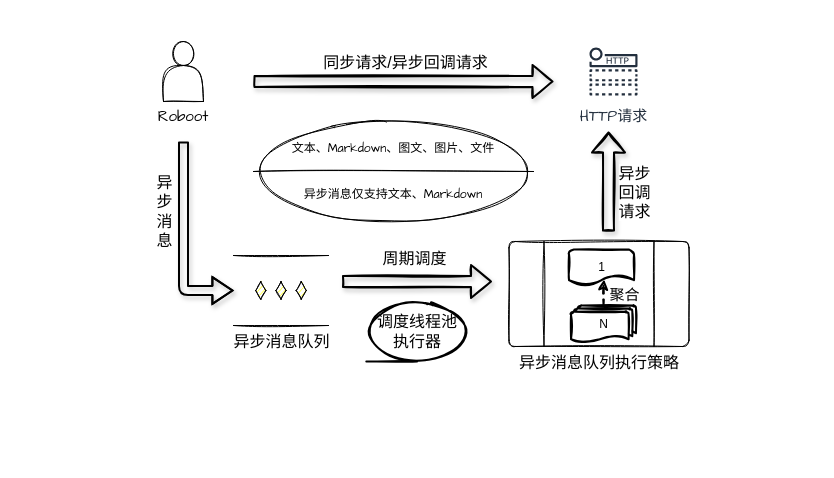
Earlier version of the draw.io diagram qy_weixin_robot.drawio (WesleyOne/qy-weixin-robot-spring-boot-starter). Source tidied: cells renumbered, new cells numbered last; positions are measured from the earlier drawing's top-left corner, leaving out a move shared by most shapes. Both pictures are drawn from the tidied source at 100%, with x=0, y=0 at pixel (163, 41).
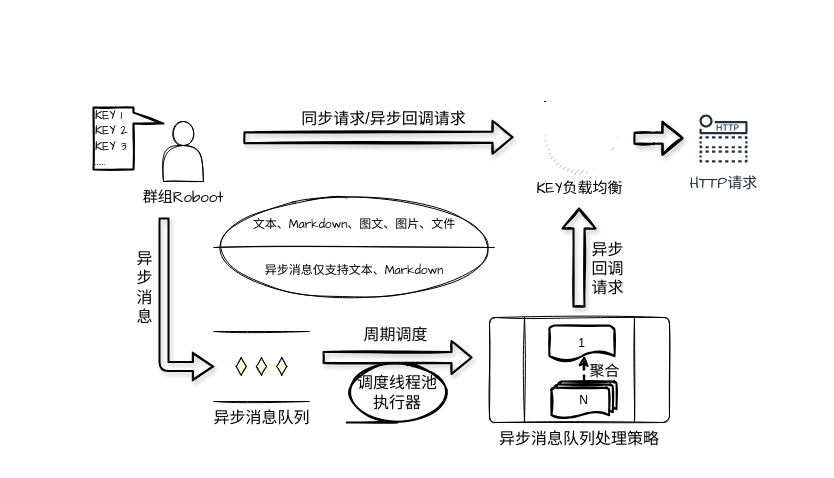
Above is the later version.

Change to the diagram source:
```diff
@@
-    <mxCell id="2" value="&lt;font style=&quot;font-size: 15px&quot; face=&quot;Comic Sans MS&quot;&gt;&lt;br&gt;&lt;br&gt;&lt;br&gt;&lt;br&gt;&lt;br&gt;Roboot&lt;/font&gt;" style="shape=actor;whiteSpace=wrap;html=1;sketch=1;" parent="1" vertex="1">
-      <mxGeometry width="40" height="60" as="geometry" />
-    </mxCell>
+    <mxCell id="21" style="rounded=1;whiteSpace=wrap;html=1;sketch=1;fillColor=none;strokeColor=none;" parent="1" vertex="1">
+      <mxGeometry x="-146" y="20" width="800" height="400" as="geometry" />
+    </mxCell>
     <mxCell id="3" value="&lt;font style=&quot;font-size: 16px&quot;&gt;异步消息队列&lt;/font&gt;" style="verticalLabelPosition=bottom;verticalAlign=top;html=1;shape=mxgraph.flowchart.parallel_mode;sketch=1;" parent="1" vertex="1">
-      <mxGeometry x="70" y="214" width="95" height="70" as="geometry" />
+      <mxGeometry x="50.5" y="290" width="95" height="70" as="geometry" />
     </mxCell>
     <mxCell id="4" value="&lt;font style=&quot;font-size: 15px&quot; face=&quot;Comic Sans MS&quot;&gt;HTTP请求&lt;/font&gt;" style="fontColor=#232F3E;gradientColor=none;strokeColor=#232F3E;fillColor=#ffffff;dashed=0;verticalLabelPosition=bottom;verticalAlign=top;align=center;html=1;fontSize=12;fontStyle=0;shape=mxgraph.aws4.resourceIcon;resIcon=mxgraph.aws4.http_notification;sketch=0;" parent="1" vertex="1">
-      <mxGeometry x="420" width="60" height="60" as="geometry" />
+      <mxGeometry x="530" y="67" width="60" height="60" as="geometry" />
     </mxCell>
     <mxCell id="5" value="&lt;font style=&quot;font-size: 16px&quot;&gt;调度线程池&lt;br&gt;执行器&lt;/font&gt;" style="strokeWidth=2;html=1;shape=mxgraph.flowchart.sequential_data;whiteSpace=wrap;flipH=1;sketch=1;" parent="1" vertex="1">
-      <mxGeometry x="202.8" y="260" width="101.5" height="60" as="geometry" />
+      <mxGeometry x="183.2" y="321" width="101.5" height="60" as="geometry" />
     </mxCell>
     <mxCell id="6" style="shape=flexArrow;endArrow=classic;html=1;strokeWidth=2;sketch=1;shadow=1;" parent="1" edge="1">
       <mxGeometry relative="1" as="geometry">
-        <mxPoint x="178.5" y="240" as="sourcePoint" />
-        <mxPoint x="328.5" y="240" as="targetPoint" />
+        <mxPoint x="159" y="316" as="sourcePoint" />
+        <mxPoint x="309" y="316" as="targetPoint" />
       </mxGeometry>
     </mxCell>
@@
     <mxCell id="8" style="shape=flexArrow;endArrow=classic;html=1;strokeWidth=2;sketch=1;shadow=1;" parent="1" edge="1">
       <mxGeometry relative="1" as="geometry">
-        <mxPoint x="90" y="40" as="sourcePoint" />
-        <mxPoint x="390" y="40" as="targetPoint" />
+        <mxPoint x="80" y="96.2" as="sourcePoint" />
+        <mxPoint x="350" y="95.7" as="targetPoint" />
       </mxGeometry>
     </mxCell>
@@
     <mxCell id="10" style="shape=flexArrow;endArrow=classic;html=1;strokeWidth=2;endWidth=15.833333333333334;endSize=6.036666666666666;width=8;entryX=0;entryY=0.5;entryDx=0;entryDy=0;entryPerimeter=0;shadow=1;" parent="1" edge="1" target="3">
       <mxGeometry relative="1" as="geometry">
-        <mxPoint x="20" y="100" as="sourcePoint" />
+        <mxPoint x="0.5" y="176" as="sourcePoint" />
         <Array as="points">
-          <mxPoint x="20" y="249" />
+          <mxPoint x="0.5" y="325" />
         </Array>
       </mxGeometry>
     </mxCell>
@@
     <mxCell id="12" style="shape=flexArrow;endArrow=classic;html=1;strokeWidth=2;shadow=1;sketch=1;" parent="1" edge="1">
       <mxGeometry relative="1" as="geometry">
-        <mxPoint x="445" y="190" as="sourcePoint" />
-        <mxPoint x="445" y="90" as="targetPoint" />
+        <mxPoint x="415.5" y="266" as="sourcePoint" />
+        <mxPoint x="415.5" y="166" as="targetPoint" />
       </mxGeometry>
     </mxCell>
     <mxCell id="13" value="&lt;span style=&quot;font-size: 16px&quot;&gt;异步&lt;br&gt;回调&lt;br&gt;请求&lt;br&gt;&lt;/span&gt;" style="edgeLabel;html=1;align=center;verticalAlign=middle;" parent="12" vertex="1">
       <mxGeometry relative="1" as="geometry">
-        <mxPoint x="25" y="10" as="offset" />
+        <mxPoint x="27.5" y="10" as="offset" />
       </mxGeometry>
     </mxCell>
     <mxCell id="14" style="group;" parent="1" vertex="1">
-      <mxGeometry x="345.5" y="200" width="180" height="105" as="geometry" />
+      <mxGeometry x="326" y="276" width="180" height="105" as="geometry" />
     </mxCell>
-    <mxCell id="15" value="&lt;span style=&quot;font-size: 16px&quot;&gt;异步消息队列&lt;/span&gt;&lt;span style=&quot;font-size: 16px&quot;&gt;执行策略&lt;/span&gt;" style="verticalLabelPosition=bottom;verticalAlign=top;html=1;shape=process;whiteSpace=wrap;rounded=1;size=0.19166666666666668;arcSize=6;sketch=1;shadow=0;glass=0;" parent="14" vertex="1">
+    <mxCell id="15" value="&lt;span style=&quot;font-size: 16px&quot;&gt;异步消息队列处理&lt;/span&gt;&lt;span style=&quot;font-size: 16px&quot;&gt;策略&lt;/span&gt;" style="verticalLabelPosition=bottom;verticalAlign=top;html=1;shape=process;whiteSpace=wrap;rounded=1;size=0.19166666666666668;arcSize=6;sketch=1;shadow=0;glass=0;" parent="14" vertex="1">
       <mxGeometry width="180" height="105" as="geometry" />
     </mxCell>
@@
     <mxCell id="20" value="&lt;font face=&quot;Comic Sans MS&quot;&gt;文本、Markdown、图文、图片、文件&lt;br&gt;&lt;br&gt;&lt;br&gt;异步消息仅支持文本、Markdown&lt;/font&gt;" style="shape=lineEllipse;perimeter=ellipsePerimeter;whiteSpace=wrap;html=1;backgroundOutline=1;rounded=1;shadow=0;glass=0;sketch=1;" parent="1" vertex="1">
-      <mxGeometry x="90" y="80" width="280" height="100" as="geometry" />
+      <mxGeometry x="50.5" y="156" width="280" height="100" as="geometry" />
     </mxCell>
+    <mxCell id="22" value="&lt;font style=&quot;font-size: 15px&quot; face=&quot;Comic Sans MS&quot;&gt;KEY负载均衡&lt;/font&gt;" style="dashed=0;verticalLabelPosition=bottom;verticalAlign=top;align=center;html=1;shape=mxgraph.aws3.classic_load_balancer;gradientColor=none;sketch=1;fillColor=none;" parent="1" vertex="1">
+      <mxGeometry x="381.5" y="60" width="69" height="72" as="geometry" />
+    </mxCell>
+    <mxCell id="23" style="group;" parent="1" vertex="1">
+      <mxGeometry x="-30" y="80" width="100" height="86" as="geometry" />
+    </mxCell>
+    <mxCell id="2" style="shape=actor;whiteSpace=wrap;html=1;sketch=1;" parent="23" vertex="1">
+      <mxGeometry x="30" width="40" height="60" as="geometry" />
+    </mxCell>
+    <mxCell id="24" value="&lt;span style=&quot;font-family: &amp;#34;comic sans ms&amp;#34; ; font-size: 15px&quot;&gt;群组Roboot&lt;/span&gt;" style="text;html=1;strokeColor=none;fillColor=none;align=center;verticalAlign=middle;whiteSpace=wrap;rounded=0;sketch=1;" parent="23" vertex="1">
+      <mxGeometry y="66" width="100" height="20" as="geometry" />
+    </mxCell>
+    <mxCell id="25" value="&lt;span style=&quot;font-family: &amp;#34;comic sans ms&amp;#34;&quot;&gt;KEY 1&lt;/span&gt;&lt;br&gt;&lt;span style=&quot;font-family: &amp;#34;comic sans ms&amp;#34;&quot;&gt;KEY 2&lt;/span&gt;&lt;br&gt;&lt;span style=&quot;font-family: &amp;#34;comic sans ms&amp;#34;&quot;&gt;KEY 3&lt;/span&gt;&lt;br&gt;&lt;span style=&quot;font-family: &amp;#34;comic sans ms&amp;#34;&quot;&gt;......&lt;/span&gt;" style="shape=callout;whiteSpace=wrap;html=1;perimeter=calloutPerimeter;sketch=1;strokeWidth=2;fillColor=none;align=left;base=11;size=30;position=0.74;position2=0.74;direction=north;" parent="1" vertex="1">
+      <mxGeometry x="-70" y="66" width="70" height="62" as="geometry" />
+    </mxCell>
+    <mxCell id="26" style="shape=flexArrow;endArrow=classic;html=1;shadow=1;strokeWidth=2;sketch=1;" parent="1" edge="1">
+      <mxGeometry relative="1" as="geometry">
+        <mxPoint x="470" y="96.7" as="sourcePoint" />
+        <mxPoint x="520" y="96.7" as="targetPoint" />
+        <Array as="points">
+          <mxPoint x="490" y="96.7" />
+        </Array>
+      </mxGeometry>
+    </mxCell>
```
